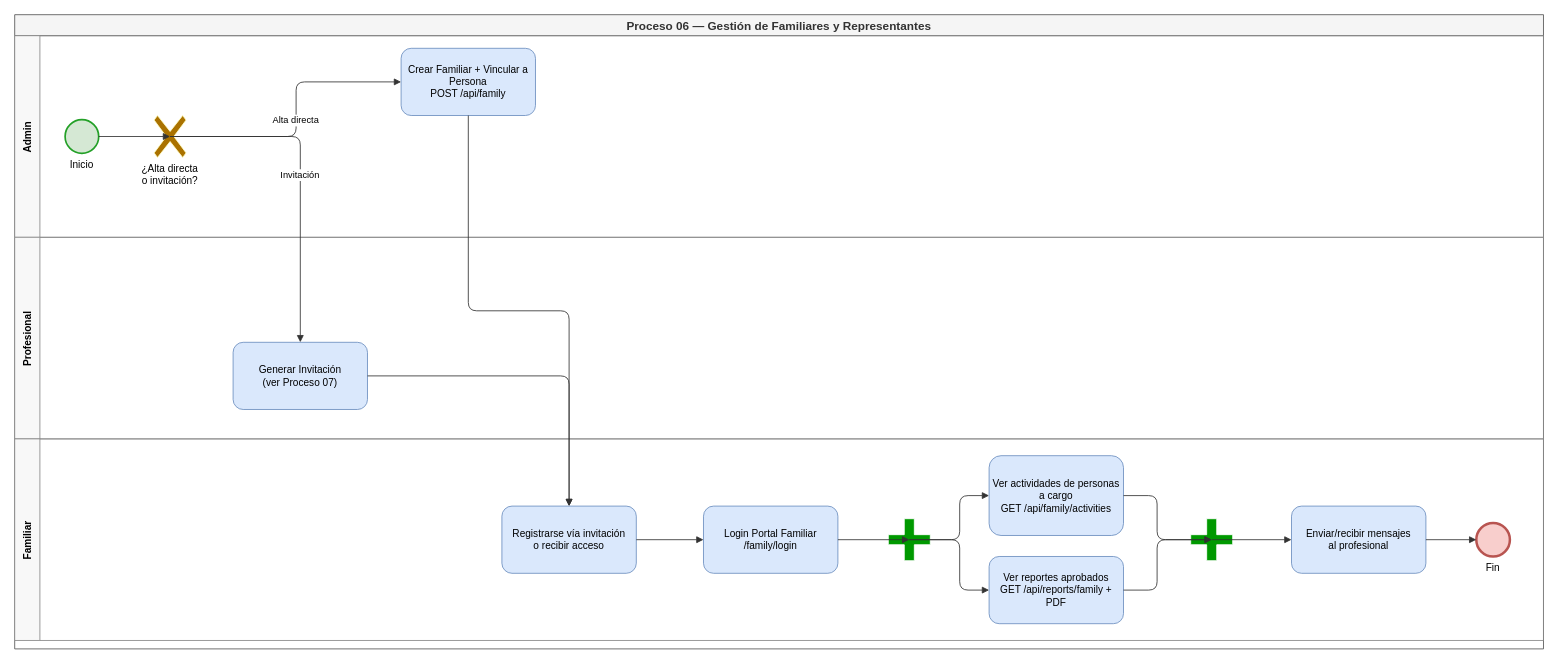
The draw.io diagram Process/BPMN/06-gestion-familiares.drawio in Sacha-html/InclusiON, before the edit. Source tidied: cells renumbered, new cells numbered last; positions are measured from the earlier drawing's top-left corner, leaving out a move shared by most shapes. Both pictures are drawn from the tidied source at 84%, with x=0, y=0 at pixel (14, 14).
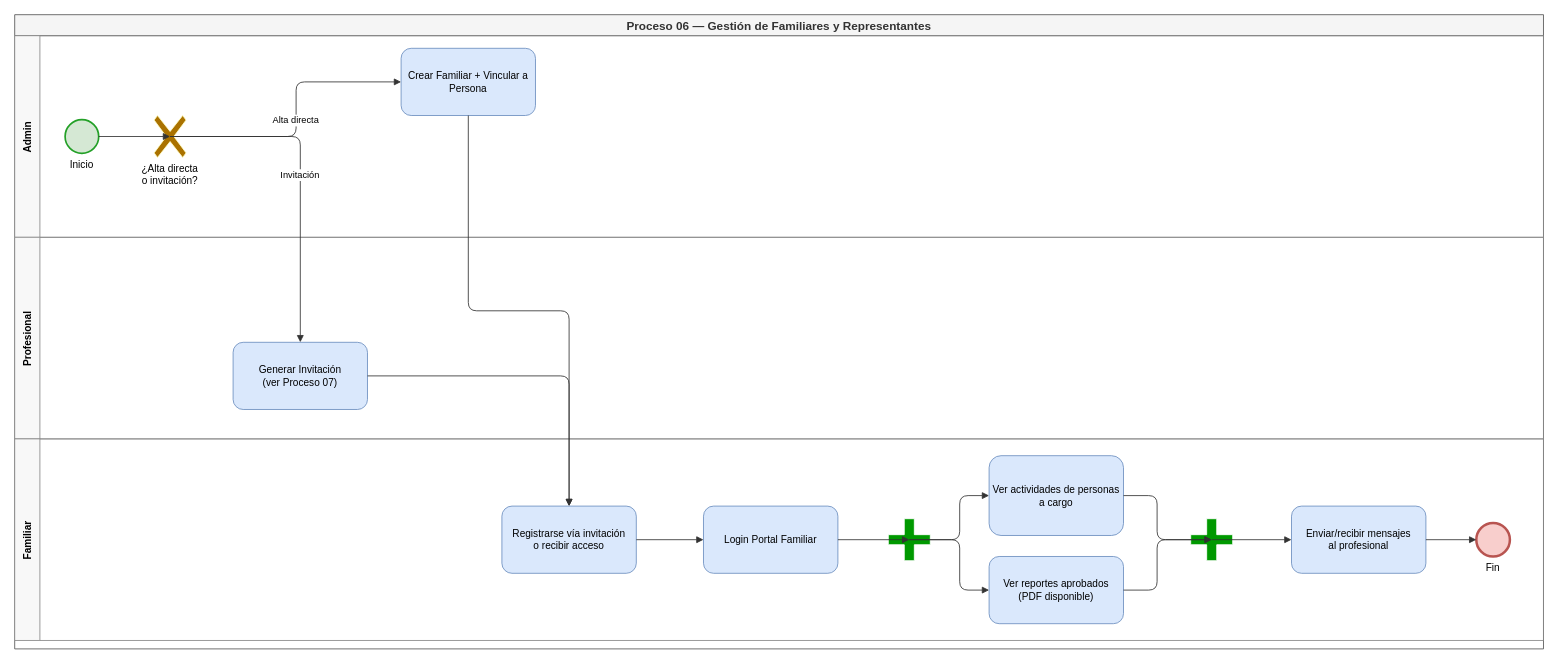
The same page after the edit.

Unchanged cells that the change refers to:
```xml
<mxCell id="3" value="Admin" style="swimlane;startSize=30;horizontal=0;fillColor=#f8f8f8;strokeColor=#888888;fontStyle=1;fontSize=12;" parent="2" vertex="1">
  <mxGeometry y="25" width="1820" height="240" as="geometry" />
</mxCell>
<mxCell id="11" value="Familiar" style="swimlane;startSize=30;horizontal=0;fillColor=#f8f8f8;strokeColor=#888888;fontStyle=1;fontSize=12;" parent="2" vertex="1">
  <mxGeometry y="505" width="1820" height="240" as="geometry" />
</mxCell>
```

The edit, as a diff of the source:
```diff
@@
-    <mxCell id="6" value="Crear Familiar + Vincular a Persona&#10;POST /api/family" style="rounded=1;whiteSpace=wrap;html=1;verticalAlign=middle;fillColor=#dae8fc;strokeColor=#6c8ebf;fontSize=12;align=center;" parent="3" vertex="1">
+    <mxCell id="6" value="Crear Familiar + Vincular a Persona" style="rounded=1;whiteSpace=wrap;html=1;verticalAlign=middle;fillColor=#dae8fc;strokeColor=#6c8ebf;fontSize=12;align=center;" parent="3" vertex="1">
       <mxGeometry x="460" y="15" width="160" height="80" as="geometry" />
     </mxCell>
@@
-    <mxCell id="13" value="Login Portal Familiar&#10;/family/login" style="rounded=1;whiteSpace=wrap;html=1;verticalAlign=middle;fillColor=#dae8fc;strokeColor=#6c8ebf;fontSize=12;align=center;" parent="11" vertex="1">
+    <mxCell id="13" value="Login Portal Familiar" style="rounded=1;whiteSpace=wrap;html=1;verticalAlign=middle;fillColor=#dae8fc;strokeColor=#6c8ebf;fontSize=12;align=center;" parent="11" vertex="1">
       <mxGeometry x="820" y="80" width="160" height="80" as="geometry" />
     </mxCell>
@@
-    <mxCell id="15" value="Ver actividades de personas&#10;a cargo&#10;GET /api/family/activities" style="rounded=1;whiteSpace=wrap;html=1;verticalAlign=middle;fillColor=#dae8fc;strokeColor=#6c8ebf;fontSize=12;align=center;" parent="11" vertex="1">
+    <mxCell id="15" value="Ver actividades de personas&#10;a cargo" style="rounded=1;whiteSpace=wrap;html=1;verticalAlign=middle;fillColor=#dae8fc;strokeColor=#6c8ebf;fontSize=12;align=center;" parent="11" vertex="1">
       <mxGeometry x="1160" y="20" width="160" height="95" as="geometry" />
     </mxCell>
-    <mxCell id="16" value="Ver reportes aprobados&#10;GET /api/reports/family + PDF" style="rounded=1;whiteSpace=wrap;html=1;verticalAlign=middle;fillColor=#dae8fc;strokeColor=#6c8ebf;fontSize=12;align=center;" parent="11" vertex="1">
+    <mxCell id="16" value="Ver reportes aprobados&#10;(PDF disponible)" style="rounded=1;whiteSpace=wrap;html=1;verticalAlign=middle;fillColor=#dae8fc;strokeColor=#6c8ebf;fontSize=12;align=center;" parent="11" vertex="1">
       <mxGeometry x="1160" y="140" width="160" height="80" as="geometry" />
     </mxCell>
```
